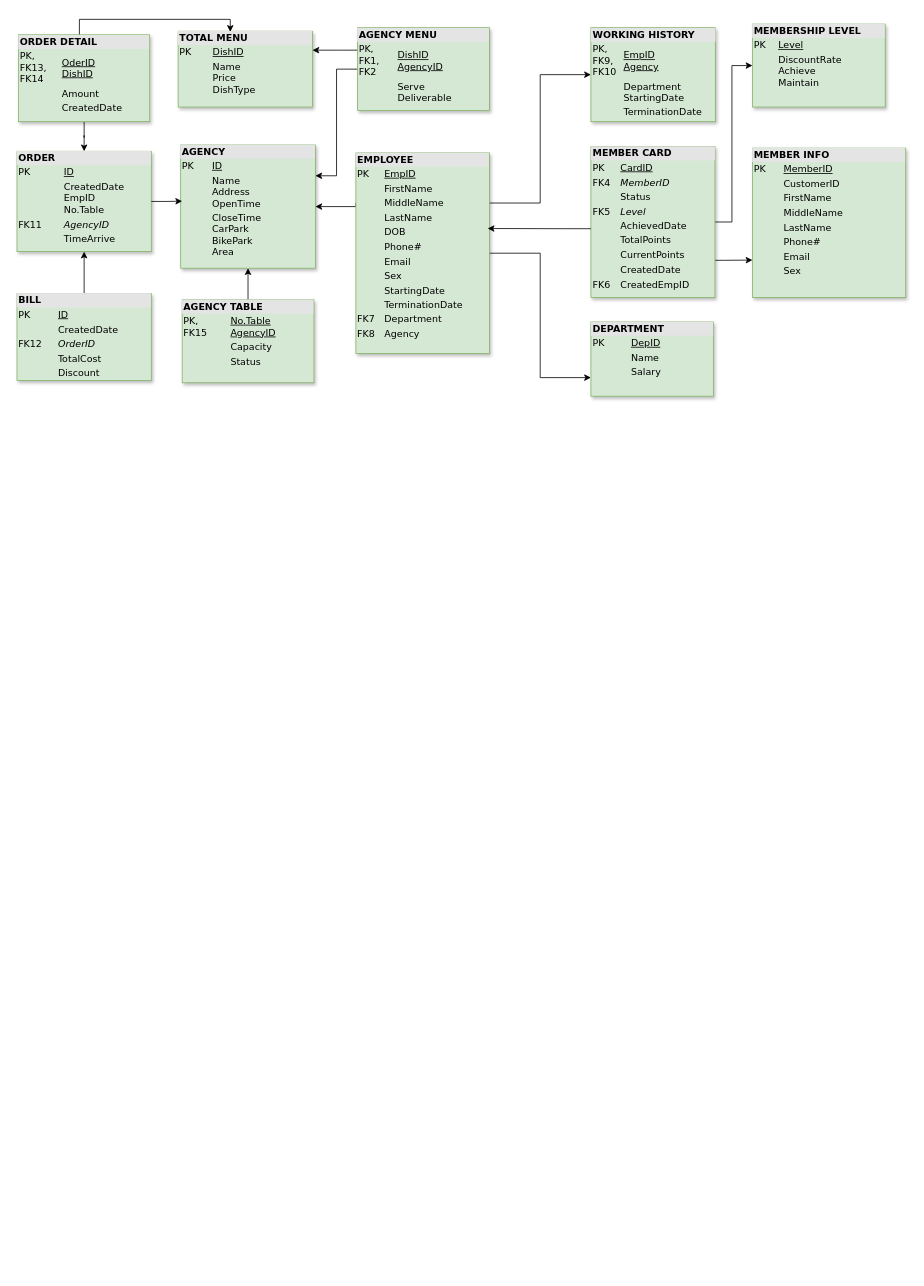
Above: Diagrams/Biểu đồ không có tiêu đề.drawio in huukhanh0653/AdvancedDatabase (draw.io), before the change. Source tidied: cells renumbered, new cells numbered last; positions are measured from the earlier drawing's top-left corner, leaving out a move shared by most shapes. Both pictures are drawn from the tidied source at 79%, with x=0, y=0 at pixel (17, 19).
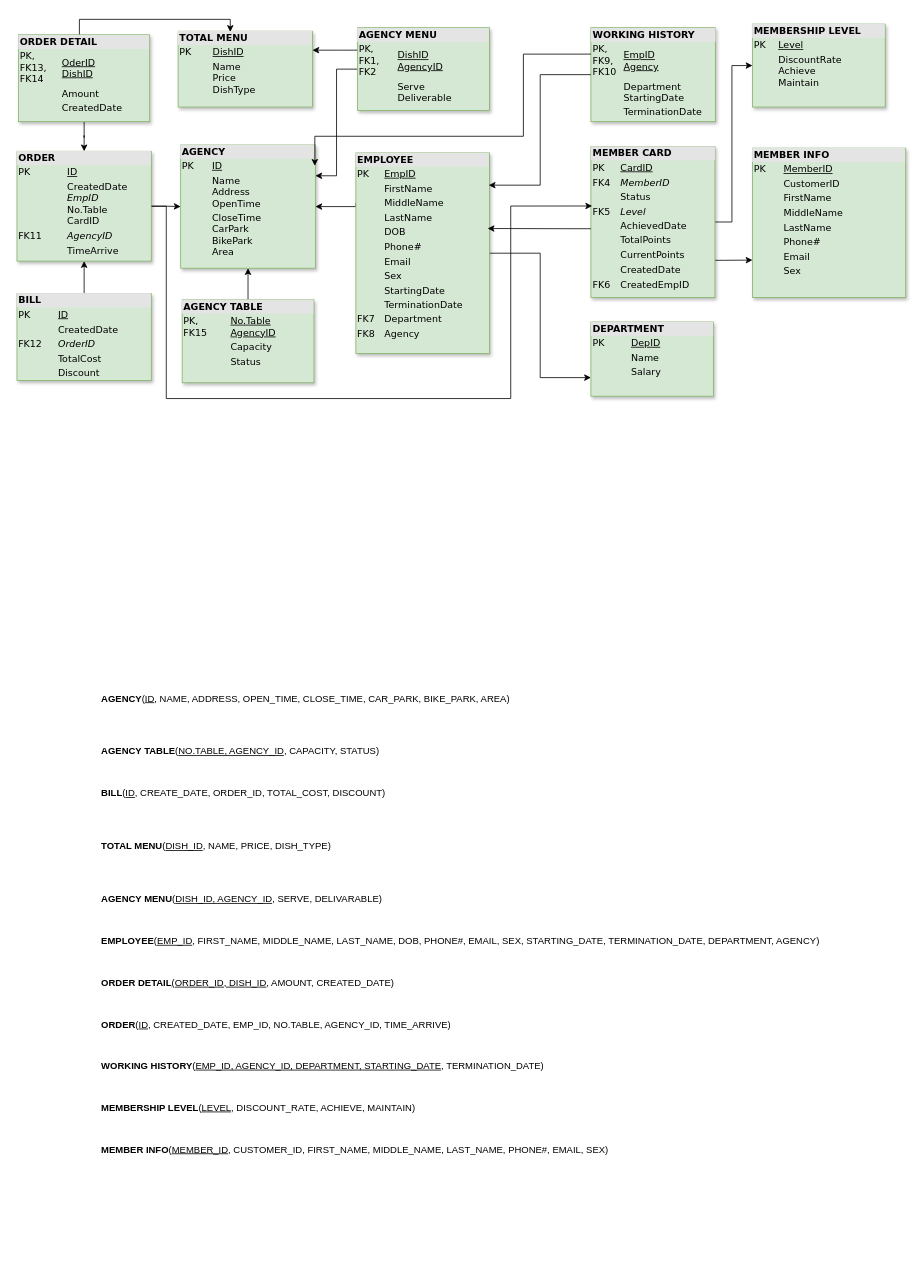
Above is the later version.

Commit message:
Cập nhật Biểu đồ không có tiêu đề.drawio

Unchanged cells that the change refers to:
```xml
<mxCell id="2" value="&lt;div style=&quot;box-sizing:border-box;width:100%;background:#e4e4e4;padding:2px;&quot;&gt;&lt;b&gt;AGENCY&lt;/b&gt;&lt;/div&gt;&lt;table style=&quot;width:100%;font-size:1em;&quot; cellpadding=&quot;2&quot; cellspacing=&quot;0&quot;&gt;&lt;tbody&gt;&lt;tr&gt;&lt;td&gt;PK&lt;/td&gt;&lt;td&gt;&lt;u&gt;ID&lt;/u&gt;&lt;/td&gt;&lt;/tr&gt;&lt;tr&gt;&lt;td&gt;&lt;br&gt;&lt;/td&gt;&lt;td&gt;Name&lt;br&gt;Address&lt;br&gt;OpenTime&lt;/td&gt;&lt;/tr&gt;&lt;tr&gt;&lt;td&gt;&lt;/td&gt;&lt;td&gt;CloseTime&lt;br&gt;CarPark&lt;br&gt;BikePark&lt;br&gt;Area&lt;/td&gt;&lt;/tr&gt;&lt;/tbody&gt;&lt;/table&gt;" style="verticalAlign=top;align=left;overflow=fill;html=1;rounded=0;shadow=1;comic=0;labelBackgroundColor=none;strokeWidth=1;fontFamily=Verdana;fontSize=12;glass=0;fillStyle=auto;fillColor=#d5e8d4;strokeColor=#82b366;" parent="1" vertex="1">
  <mxGeometry x="207.2" y="159" width="170.5" height="156" as="geometry" />
</mxCell>
<mxCell id="5" value="&lt;div style=&quot;box-sizing: border-box ; width: 100% ; background: #e4e4e4 ; padding: 2px&quot;&gt;&lt;b&gt;MEMBER CARD&lt;/b&gt;&lt;/div&gt;&lt;table style=&quot;width: 100% ; font-size: 1em&quot; cellpadding=&quot;2&quot; cellspacing=&quot;0&quot;&gt;&lt;tbody&gt;&lt;tr&gt;&lt;td&gt;PK&lt;/td&gt;&lt;td&gt;&lt;u&gt;CardID&lt;/u&gt;&lt;/td&gt;&lt;/tr&gt;&lt;tr&gt;&lt;td&gt;FK4&lt;/td&gt;&lt;td&gt;&lt;i&gt;MemberID&lt;/i&gt;&lt;/td&gt;&lt;/tr&gt;&lt;tr&gt;&lt;td&gt;&lt;/td&gt;&lt;td&gt;Status&lt;/td&gt;&lt;/tr&gt;&lt;tr&gt;&lt;td&gt;FK5&lt;/td&gt;&lt;td&gt;&lt;i&gt;Level&lt;/i&gt;&lt;/td&gt;&lt;/tr&gt;&lt;tr&gt;&lt;td&gt;&lt;/td&gt;&lt;td&gt;AchievedDate&lt;/td&gt;&lt;/tr&gt;&lt;tr&gt;&lt;td&gt;&lt;/td&gt;&lt;td&gt;TotalPoints&lt;/td&gt;&lt;/tr&gt;&lt;tr&gt;&lt;td&gt;&lt;/td&gt;&lt;td&gt;CurrentPoints&lt;/td&gt;&lt;/tr&gt;&lt;tr&gt;&lt;td&gt;&lt;/td&gt;&lt;td&gt;CreatedDate&lt;/td&gt;&lt;/tr&gt;&lt;tr&gt;&lt;td&gt;FK6&lt;/td&gt;&lt;td&gt;CreatedEmpID&lt;/td&gt;&lt;/tr&gt;&lt;/tbody&gt;&lt;/table&gt;" style="verticalAlign=top;align=left;overflow=fill;html=1;rounded=0;shadow=1;comic=0;labelBackgroundColor=none;strokeWidth=1;fontFamily=Verdana;fontSize=12;glass=0;fillStyle=auto;fillColor=#d5e8d4;strokeColor=#82b366;" parent="1" vertex="1">
  <mxGeometry x="726.5" y="161" width="157" height="191" as="geometry" />
</mxCell>
<mxCell id="15" value="&lt;div style=&quot;box-sizing: border-box ; width: 100% ; background: #e4e4e4 ; padding: 2px&quot;&gt;&lt;b&gt;EMPLOYEE&lt;/b&gt;&lt;/div&gt;&lt;table cellspacing=&quot;0&quot; cellpadding=&quot;2&quot; style=&quot;width: 100% ; font-size: 1em&quot;&gt;&lt;tbody&gt;&lt;tr&gt;&lt;td&gt;PK&lt;/td&gt;&lt;td&gt;&lt;u&gt;EmpID&lt;br&gt;&lt;/u&gt;&lt;/td&gt;&lt;/tr&gt;&lt;tr&gt;&lt;td&gt;&lt;/td&gt;&lt;td&gt;FirstName&lt;/td&gt;&lt;/tr&gt;&lt;tr&gt;&lt;td&gt;&lt;/td&gt;&lt;td&gt;MiddleName&lt;/td&gt;&lt;/tr&gt;&lt;tr&gt;&lt;td&gt;&lt;/td&gt;&lt;td&gt;LastName&lt;/td&gt;&lt;/tr&gt;&lt;tr&gt;&lt;td&gt;&lt;/td&gt;&lt;td&gt;DOB&lt;/td&gt;&lt;/tr&gt;&lt;tr&gt;&lt;td&gt;&lt;/td&gt;&lt;td&gt;Phone#&lt;/td&gt;&lt;/tr&gt;&lt;tr&gt;&lt;td&gt;&lt;/td&gt;&lt;td&gt;Email&lt;/td&gt;&lt;/tr&gt;&lt;tr&gt;&lt;td&gt;&lt;/td&gt;&lt;td&gt;Sex&lt;/td&gt;&lt;/tr&gt;&lt;tr&gt;&lt;td&gt;&lt;/td&gt;&lt;td&gt;StartingDate&lt;/td&gt;&lt;/tr&gt;&lt;tr&gt;&lt;td&gt;&lt;/td&gt;&lt;td&gt;TerminationDate&lt;/td&gt;&lt;/tr&gt;&lt;tr&gt;&lt;td&gt;FK7&lt;/td&gt;&lt;td&gt;Department&lt;/td&gt;&lt;/tr&gt;&lt;tr&gt;&lt;td&gt;FK8&lt;/td&gt;&lt;td&gt;Agency&lt;/td&gt;&lt;/tr&gt;&lt;/tbody&gt;&lt;/table&gt;" style="verticalAlign=top;align=left;overflow=fill;html=1;rounded=0;shadow=1;comic=0;labelBackgroundColor=none;strokeWidth=1;fontFamily=Verdana;fontSize=12;glass=0;fillStyle=auto;fillColor=#d5e8d4;strokeColor=#82b366;" parent="1" vertex="1">
  <mxGeometry x="429" y="169" width="169" height="254" as="geometry" />
</mxCell>
<mxCell id="17" value="&lt;div style=&quot;box-sizing: border-box ; width: 100% ; background: #e4e4e4 ; padding: 2px&quot;&gt;&lt;b&gt;WORKING HISTORY&lt;/b&gt;&lt;/div&gt;&lt;table cellspacing=&quot;0&quot; cellpadding=&quot;2&quot; style=&quot;width: 100% ; font-size: 1em&quot;&gt;&lt;tbody&gt;&lt;tr&gt;&lt;td&gt;PK,&lt;br&gt;FK9,&lt;br&gt;FK10&lt;/td&gt;&lt;td&gt;&lt;u&gt;EmpID&lt;/u&gt;&lt;br&gt;&lt;u&gt;Agency&lt;/u&gt;&lt;/td&gt;&lt;/tr&gt;&lt;tr&gt;&lt;td&gt;&lt;/td&gt;&lt;td&gt;Department&lt;br&gt;StartingDate&lt;/td&gt;&lt;/tr&gt;&lt;tr&gt;&lt;td&gt;&lt;/td&gt;&lt;td&gt;TerminationDate&lt;/td&gt;&lt;/tr&gt;&lt;/tbody&gt;&lt;/table&gt;" style="verticalAlign=top;align=left;overflow=fill;html=1;rounded=0;shadow=1;comic=0;labelBackgroundColor=none;strokeWidth=1;fontFamily=Verdana;fontSize=12;glass=0;fillStyle=auto;fillColor=#d5e8d4;strokeColor=#82b366;" parent="1" vertex="1">
  <mxGeometry x="726.5" y="10.5" width="157.5" height="119" as="geometry" />
</mxCell>
```

Diff of the diagram source:
```diff
@@
-    <mxCell id="13" style="edgeStyle=orthogonalEdgeStyle;rounded=0;jettySize=auto;html=1;exitX=1;exitY=0.25;exitDx=0;exitDy=0;entryX=0;entryY=0.5;entryDx=0;entryDy=0;" parent="1" edge="1" source="15" target="17">
-      <mxGeometry relative="1" as="geometry" />
-    </mxCell>
@@
+    <mxCell id="27" style="edgeStyle=orthogonalEdgeStyle;rounded=0;jettySize=auto;html=1;entryX=0;entryY=0.5;entryDx=0;entryDy=0;" parent="1" edge="1" source="21" target="2">
+      <mxGeometry relative="1" as="geometry" />
+    </mxCell>
-    <mxCell id="21" value="&lt;div style=&quot;box-sizing:border-box;width:100%;background:#e4e4e4;padding:2px;&quot;&gt;&lt;b&gt;ORDER&lt;/b&gt;&lt;/div&gt;&lt;table style=&quot;width:100%;font-size:1em;&quot; cellpadding=&quot;2&quot; cellspacing=&quot;0&quot;&gt;&lt;tbody&gt;&lt;tr&gt;&lt;td&gt;PK&lt;/td&gt;&lt;td&gt;&lt;u&gt;ID&lt;/u&gt;&lt;/td&gt;&lt;/tr&gt;&lt;tr&gt;&lt;td&gt;&lt;br&gt;&amp;nbsp; &amp;nbsp; &amp;nbsp; &amp;nbsp; &amp;nbsp; &amp;nbsp; &lt;/td&gt;&lt;td&gt;CreatedDate&lt;br&gt;EmpID&lt;br&gt;No.Table&amp;nbsp; &amp;nbsp; &amp;nbsp; &amp;nbsp; &amp;nbsp;&lt;/td&gt;&lt;/tr&gt;&lt;tr&gt;&lt;td&gt;FK11&lt;/td&gt;&lt;td&gt;&lt;i&gt;AgencyID&lt;/i&gt;&lt;/td&gt;&lt;/tr&gt;&lt;tr&gt;&lt;td&gt;&lt;/td&gt;&lt;td&gt;TimeArrive&lt;/td&gt;&lt;/tr&gt;&lt;/tbody&gt;&lt;/table&gt;" style="verticalAlign=top;align=left;overflow=fill;html=1;rounded=0;shadow=1;comic=0;labelBackgroundColor=none;strokeWidth=1;fontFamily=Verdana;fontSize=12;glass=0;fillStyle=auto;fillColor=#d5e8d4;strokeColor=#82b366;" parent="1" vertex="1">
-      <mxGeometry y="167" width="170" height="127" as="geometry" />
+    <mxCell id="21" value="&lt;div style=&quot;box-sizing:border-box;width:100%;background:#e4e4e4;padding:2px;&quot;&gt;&lt;b&gt;ORDER&lt;/b&gt;&lt;/div&gt;&lt;table style=&quot;width:100%;font-size:1em;&quot; cellpadding=&quot;2&quot; cellspacing=&quot;0&quot;&gt;&lt;tbody&gt;&lt;tr&gt;&lt;td&gt;PK&lt;/td&gt;&lt;td&gt;&lt;u&gt;ID&lt;/u&gt;&lt;/td&gt;&lt;/tr&gt;&lt;tr&gt;&lt;td&gt;&lt;br&gt;&amp;nbsp; &amp;nbsp; &amp;nbsp; &amp;nbsp; &amp;nbsp; &amp;nbsp; &lt;/td&gt;&lt;td&gt;CreatedDate&lt;br&gt;&lt;i&gt;EmpID&lt;/i&gt;&lt;br&gt;No.Table&lt;br&gt;CardID&amp;nbsp; &amp;nbsp; &amp;nbsp; &amp;nbsp; &amp;nbsp;&lt;/td&gt;&lt;/tr&gt;&lt;tr&gt;&lt;td&gt;FK11&lt;/td&gt;&lt;td&gt;&lt;i&gt;AgencyID&lt;/i&gt;&lt;/td&gt;&lt;/tr&gt;&lt;tr&gt;&lt;td&gt;&lt;/td&gt;&lt;td&gt;TimeArrive&lt;/td&gt;&lt;/tr&gt;&lt;/tbody&gt;&lt;/table&gt;" style="verticalAlign=top;align=left;overflow=fill;html=1;rounded=0;shadow=1;comic=0;labelBackgroundColor=none;strokeWidth=1;fontFamily=Verdana;fontSize=12;glass=0;fillStyle=auto;fillColor=#d5e8d4;strokeColor=#82b366;" parent="1" vertex="1">
+      <mxGeometry y="167" width="170" height="139" as="geometry" />
     </mxCell>
@@
-    <mxCell id="27" style="edgeStyle=orthogonalEdgeStyle;rounded=0;jettySize=auto;html=1;entryX=0.011;entryY=0.456;entryDx=0;entryDy=0;entryPerimeter=0;" parent="1" edge="1" source="21" target="2">
-      <mxGeometry relative="1" as="geometry" />
-    </mxCell>
+    <mxCell id="28" value="&lt;p class=&quot;MsoNormal&quot;&gt;&lt;b&gt;AGENCY&lt;/b&gt;(&lt;u&gt;ID&lt;/u&gt;, NAME, ADDRESS, OPEN_TIME, CLOSE_TIME, CAR_PARK, BIKE_PARK, AREA)&lt;/p&gt;&lt;br&gt;&lt;br&gt;&lt;p class=&quot;MsoNormal&quot;&gt;&lt;b&gt;AGENCY TABLE&lt;/b&gt;(&lt;u&gt;NO.TABLE, AGENCY_ID&lt;/u&gt;, CAPACITY, STATUS)&lt;/p&gt;&lt;br&gt;&lt;p class=&quot;MsoNormal&quot;&gt;&lt;b&gt;BILL&lt;/b&gt;(&lt;u&gt;ID&lt;/u&gt;, CREATE_DATE, ORDER_ID, TOTAL_COST, DISCOUNT)&lt;/p&gt;&lt;br&gt;&lt;br&gt;&lt;p class=&quot;MsoNormal&quot;&gt;&lt;b&gt;TOTAL MENU&lt;/b&gt;(&lt;u&gt;DISH_ID&lt;/u&gt;, NAME, PRICE, DISH_TYPE)&lt;/p&gt;&lt;br&gt;&lt;br&gt;&lt;p class=&quot;MsoNormal&quot;&gt;&lt;b&gt;AGENCY MENU&lt;/b&gt;(&lt;u&gt;DISH_ID, AGENCY_ID&lt;/u&gt;, SERVE, DELIVARABLE)&lt;/p&gt;&lt;br&gt;&lt;p class=&quot;MsoNormal&quot;&gt;&lt;b&gt;EMPLOYEE&lt;/b&gt;(&lt;u&gt;EMP_ID&lt;/u&gt;, FIRST_NAME, MIDDLE_NAME, LAST_NAME, DOB, PHONE#, EMAIL, SEX, STARTING_DATE, TERMINATION_DATE, DEPARTMENT, AGENCY)&lt;/p&gt;&lt;br&gt;&lt;p class=&quot;MsoNormal&quot;&gt;&lt;b&gt;ORDER DETAIL&lt;/b&gt;&lt;u&gt;(ORDER_ID, DISH_ID&lt;/u&gt;, AMOUNT, CREATED_DATE)&lt;/p&gt;&lt;br&gt;&lt;p class=&quot;MsoNormal&quot;&gt;&lt;b&gt;ORDER&lt;/b&gt;(&lt;u&gt;ID&lt;/u&gt;, CREATED_DATE, EMP_ID, NO.TABLE, AGENCY_ID, TIME_ARRIVE)&lt;/p&gt;&lt;br&gt;&lt;p class=&quot;MsoNormal&quot;&gt;&lt;b&gt;WORKING HISTORY&lt;/b&gt;(&lt;u&gt;EMP_ID, AGENCY_ID, DEPARTMENT, STARTING_DATE&lt;/u&gt;, TERMINATION_DATE)&lt;/p&gt;&lt;br&gt;&lt;p class=&quot;MsoNormal&quot;&gt;&lt;b&gt;MEMBERSHIP LEVEL&lt;/b&gt;(&lt;u&gt;LEVEL&lt;/u&gt;, DISCOUNT_RATE, ACHIEVE, MAINTAIN)&lt;/p&gt;&lt;br&gt;&lt;p class=&quot;MsoNormal&quot;&gt;&lt;b&gt;MEMBER INFO&lt;/b&gt;(&lt;u&gt;MEMBER_ID&lt;/u&gt;, CUSTOMER_ID, FIRST_NAME, MIDDLE_NAME, LAST_NAME, PHONE#, EMAIL, SEX)&lt;/p&gt;" style="text;whiteSpace=wrap;html=1;" parent="1" vertex="1">
+      <mxGeometry x="105" y="834" width="920" height="752" as="geometry" />
+    </mxCell>
+    <mxCell id="29" style="edgeStyle=orthogonalEdgeStyle;rounded=0;jettySize=auto;html=1;entryX=0.995;entryY=0.161;entryDx=0;entryDy=0;entryPerimeter=0;" parent="1" edge="1" source="17" target="15">
+      <mxGeometry relative="1" as="geometry" />
+    </mxCell>
+    <mxCell id="30" style="edgeStyle=orthogonalEdgeStyle;rounded=0;jettySize=auto;html=1;entryX=0.996;entryY=0.169;entryDx=0;entryDy=0;entryPerimeter=0;" parent="1" edge="1" source="17" target="2">
+      <mxGeometry relative="1" as="geometry">
+        <Array as="points">
+          <mxPoint x="641" y="44" />
+          <mxPoint x="641" y="148" />
+          <mxPoint x="377" y="148" />
+        </Array>
+      </mxGeometry>
+    </mxCell>
+    <mxCell id="31" style="edgeStyle=orthogonalEdgeStyle;rounded=0;jettySize=auto;html=1;entryX=0.01;entryY=0.394;entryDx=0;entryDy=0;entryPerimeter=0;" parent="1" edge="1" source="21" target="5">
+      <mxGeometry relative="1" as="geometry">
+        <Array as="points">
+          <mxPoint x="189" y="236" />
+          <mxPoint x="189" y="480" />
+          <mxPoint x="625" y="480" />
+          <mxPoint x="625" y="236" />
+        </Array>
+      </mxGeometry>
+    </mxCell>
```
